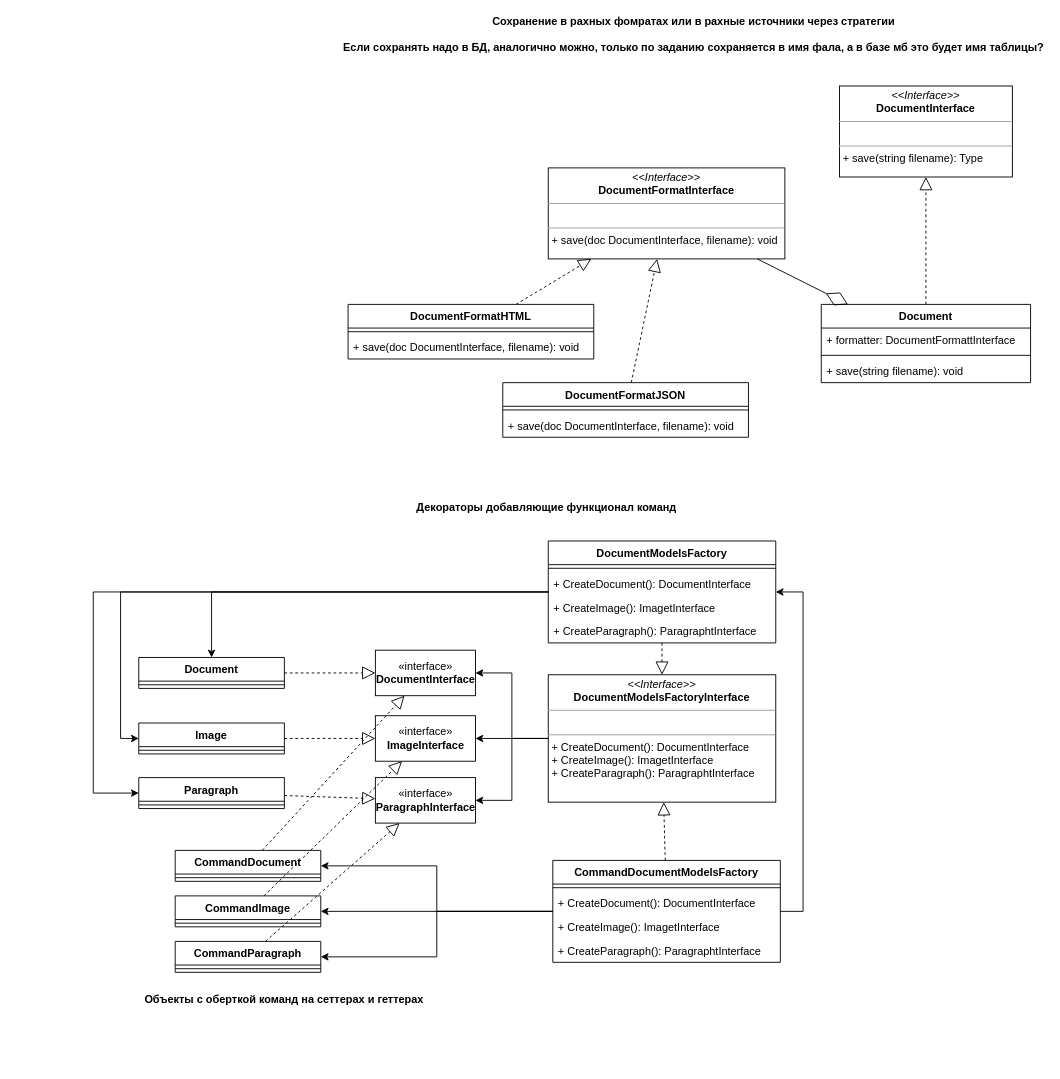
Above: labs/05/lab5.drawio in liebeSonne/ood-labs (draw.io), before the change. Source tidied: cells renumbered, new cells numbered last; positions are measured from the earlier drawing's top-left corner, leaving out a move shared by most shapes. Both pictures are drawn from the tidied source at 91%, with x=0, y=0 at pixel (93, 22).
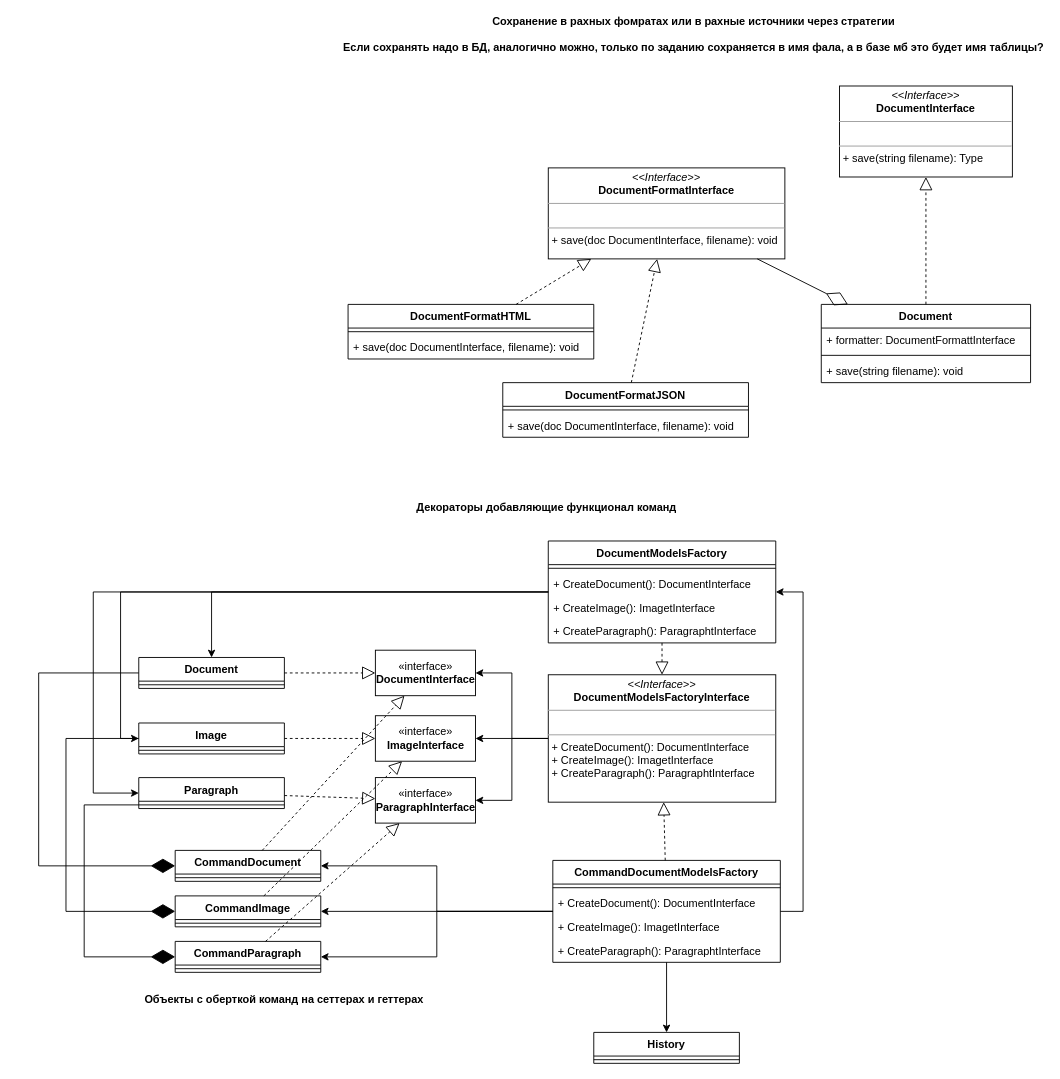
Above is the later version.

Commit message (it also covers changes not shown here):
lab5 - дополнил схему диаграммы классов

Unchanged cells that the change refers to:
```xml
<mxCell id="39" value="CommandDocumentModelsFactory" style="swimlane;fontStyle=1;align=center;verticalAlign=top;horizontal=1;startSize=26;" parent="1" vertex="1">
  <mxGeometry x="505" y="921" width="250" height="112" as="geometry" />
</mxCell>
<mxCell id="46" value="Document" style="swimlane;fontStyle=1;align=center;verticalAlign=top;horizontal=1;startSize=26;" parent="1" vertex="1">
  <mxGeometry x="50" y="698" width="160" height="34" as="geometry" />
</mxCell>
<mxCell id="48" value="Image" style="swimlane;fontStyle=1;align=center;verticalAlign=top;horizontal=1;startSize=26;" parent="1" vertex="1">
  <mxGeometry x="50" y="770" width="160" height="34" as="geometry" />
</mxCell>
<mxCell id="50" value="Paragraph" style="swimlane;fontStyle=1;align=center;verticalAlign=top;horizontal=1;startSize=26;" parent="1" vertex="1">
  <mxGeometry x="50" y="830" width="160" height="34" as="geometry" />
</mxCell>
<mxCell id="55" value="CommandDocument" style="swimlane;fontStyle=1;align=center;verticalAlign=top;horizontal=1;startSize=26;" parent="1" vertex="1">
  <mxGeometry x="90" y="910" width="160" height="34" as="geometry" />
</mxCell>
<mxCell id="57" value="CommandImage" style="swimlane;fontStyle=1;align=center;verticalAlign=top;horizontal=1;startSize=26;" parent="1" vertex="1">
  <mxGeometry x="90" y="960" width="160" height="34" as="geometry" />
</mxCell>
<mxCell id="59" value="CommandParagraph" style="swimlane;fontStyle=1;align=center;verticalAlign=top;horizontal=1;startSize=26;" parent="1" vertex="1">
  <mxGeometry x="90" y="1010" width="160" height="34" as="geometry" />
</mxCell>
```

Change to the diagram source:
```diff
@@
+    <mxCell id="65" style="edgeStyle=orthogonalEdgeStyle;rounded=0;jettySize=auto;html=1;" parent="1" edge="1" source="39" target="69">
+      <mxGeometry relative="1" as="geometry" />
+    </mxCell>
@@
+    <mxCell id="66" style="endArrow=diamondThin;endFill=1;endSize=24;html=1;rounded=0;edgeStyle=orthogonalEdgeStyle;" parent="1" edge="1" source="50" target="59">
+      <mxGeometry relative="1" as="geometry">
+        <Array as="points">
+          <mxPoint x="-10" y="860" />
+          <mxPoint x="-10" y="1027" />
+        </Array>
+      </mxGeometry>
+    </mxCell>
+    <mxCell id="67" style="endArrow=diamondThin;endFill=1;endSize=24;html=1;rounded=0;edgeStyle=orthogonalEdgeStyle;" parent="1" edge="1" source="48" target="57">
+      <mxGeometry relative="1" as="geometry">
+        <Array as="points">
+          <mxPoint x="-30" y="787" />
+          <mxPoint x="-30" y="977" />
+        </Array>
+      </mxGeometry>
+    </mxCell>
+    <mxCell id="68" style="endArrow=diamondThin;endFill=1;endSize=24;html=1;rounded=0;edgeStyle=orthogonalEdgeStyle;" parent="1" edge="1" source="46" target="55">
+      <mxGeometry relative="1" as="geometry">
+        <Array as="points">
+          <mxPoint x="-60" y="715" />
+          <mxPoint x="-60" y="927" />
+        </Array>
+      </mxGeometry>
+    </mxCell>
+    <mxCell id="69" value="History" style="swimlane;fontStyle=1;align=center;verticalAlign=top;horizontal=1;startSize=26;" parent="1" vertex="1">
+      <mxGeometry x="550" y="1110" width="160" height="34" as="geometry" />
+    </mxCell>
+    <mxCell id="70" style="line;strokeWidth=1;fillColor=none;align=left;verticalAlign=middle;spacingTop=-1;spacingLeft=3;spacingRight=3;labelPosition=right;" parent="69" vertex="1">
+      <mxGeometry y="26" width="160" height="8" as="geometry" />
+    </mxCell>
```
